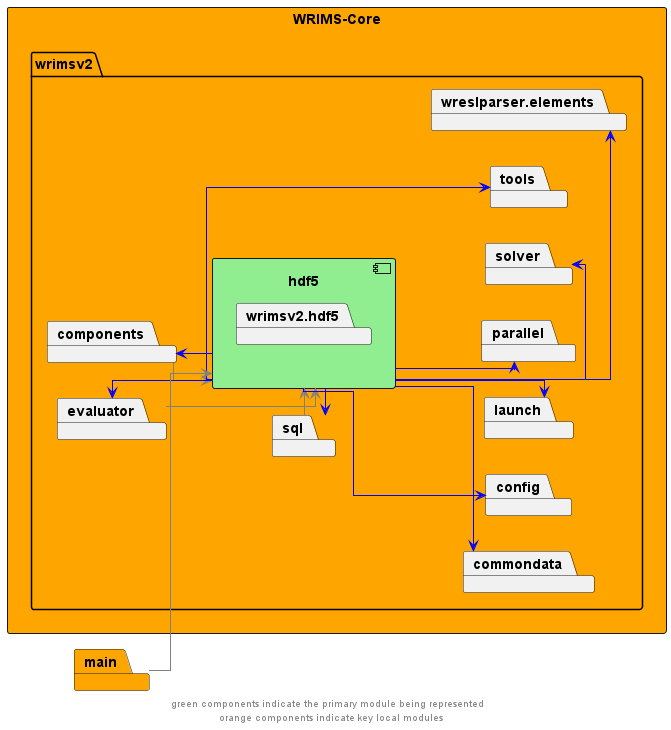
The PlantUML diagram docs/diagrams/wrims-core/wrims-core_hdf5.png in CentralValleyModeling/wrims, before a commit.
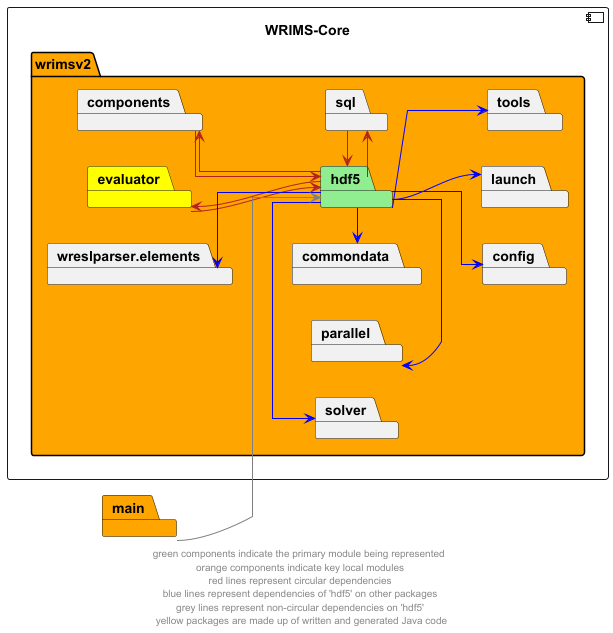
After the change.

Change to the diagram source:
```diff
@@ -2,17 +2,13 @@
 left to right direction
 skinparam linetype ortho
 
-rectangle wrims_core as "WRIMS-Core" #orange {
-        package wrimsv2{
-            package hdf5 {
-                component hdf5 #lightgreen {
-                    package wrimsv2.hdf5
-                }
-            }
+component wrims_core as "WRIMS-Core" {
+    package wrimsv2 #orange {
+        package hdf5 #lightgreen
         package commondata
         package components
         package config
-        package evaluator
+        package evaluator #yellow
         package launch
         package parallel
         package solver
@@ -23,22 +19,22 @@
 }
 package main #orange
 
-hdf5 -left->  components #blue
-components -->  hdf5 #grey
-hdf5 -left->  evaluator #blue
-evaluator -->  hdf5 #grey
-sql -left->  hdf5 #grey
-hdf5 -right->  sql #blue
+hdf5 -left->  components #firebrick
+components -->  hdf5 #firebrick
+hdf5 -left->  evaluator #firebrick
+evaluator -->  hdf5 #firebrick
+sql -left->  hdf5 #firebrick
+hdf5 -right->  sql #firebrick
 
-hdf5 -->  commondata #blue
+hdf5 -l->  commondata #blue
 hdf5 -->  config #blue
 hdf5 -->  launch #blue
-hdf5 -->  parallel #blue
-hdf5 -->  solver #blue
+hdf5 -l->  parallel #blue
+hdf5 -l->  solver #blue
 hdf5 -->  tools #blue
-hdf5 -->  wreslparser.elements #blue
+hdf5 -u->  wreslparser.elements #blue
 main --> hdf5 #grey
 
 
-footer "green components indicate the primary module being represented \n orange components indicate key local modules"
+footer "green components indicate the primary module being represented \n orange components indicate key local modules \n red lines represent circular dependencies \n blue lines represent dependencies of 'hdf5' on other packages \n grey lines represent non-circular dependencies on 'hdf5' \n yellow packages are made up of written and generated Java code"
 @enduml
```
